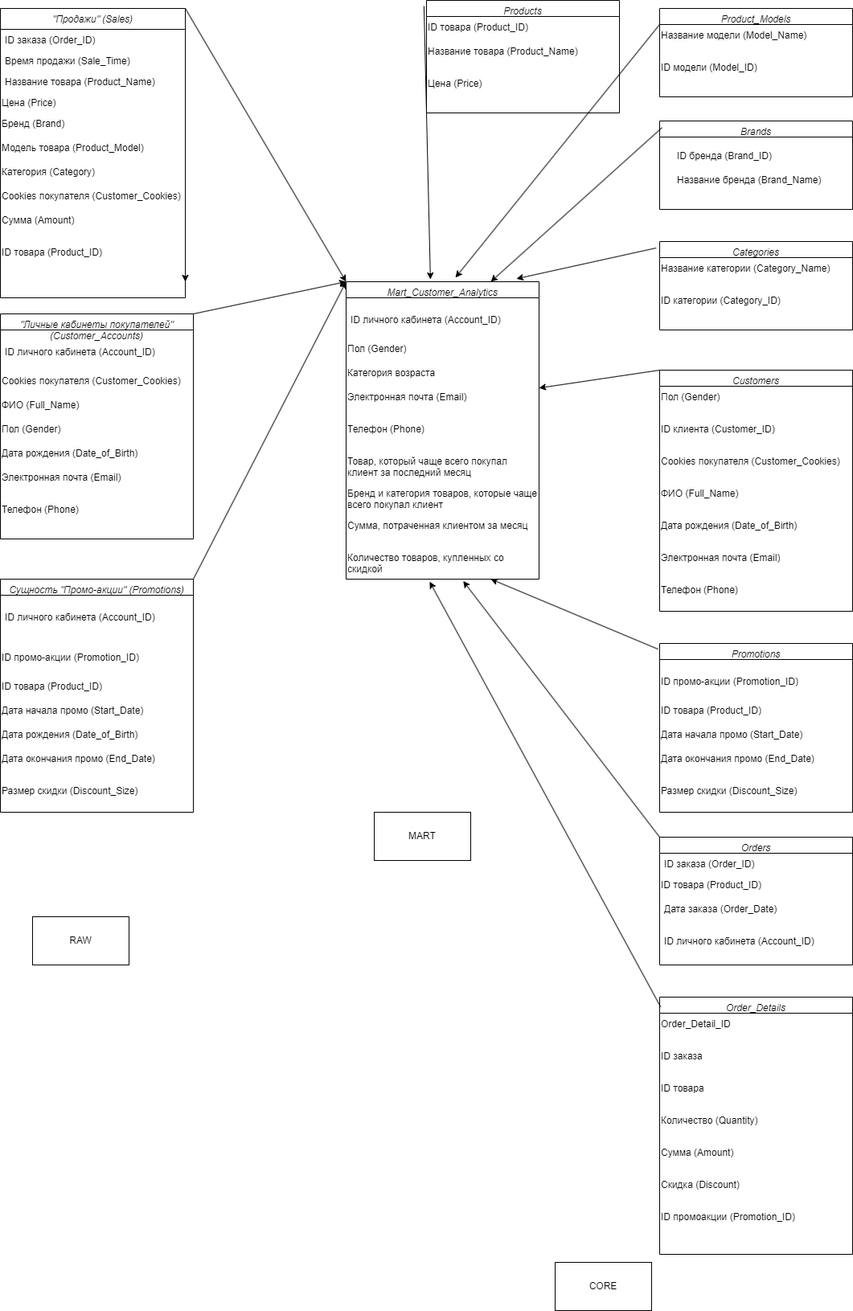
The draw.io diagram DWH продажи - маркетинг.png in gden01/1T_DE_2.6, before a commit. Source tidied: cells renumbered, new cells last; positions are measured from the earlier drawing's top-left corner, leaving out a move shared by most shapes.
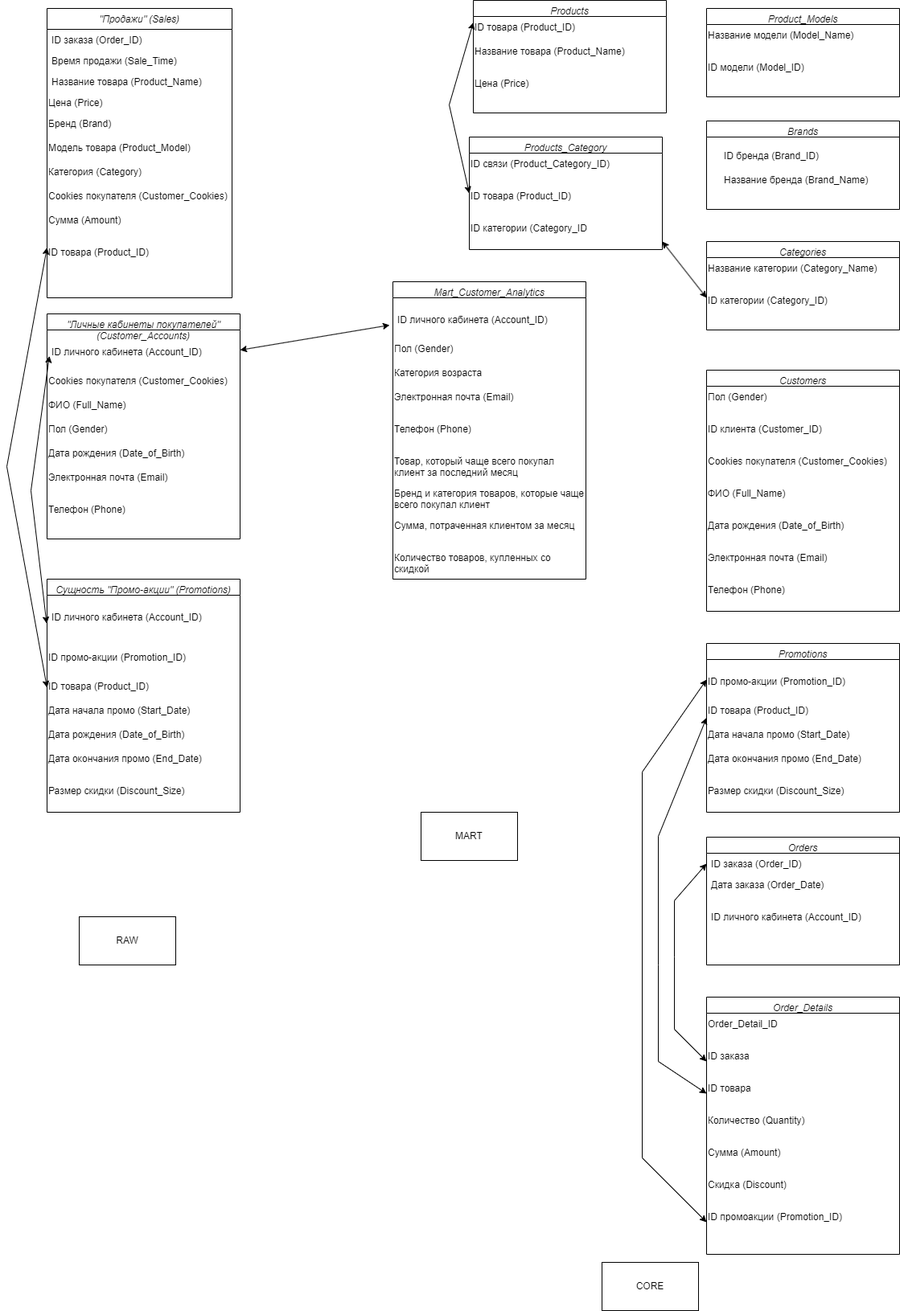
The same diagram one commit later.

Commit message:
изменения схемы по замечаниям

Change to the diagram source:
```diff
@@ -32,11 +32,6 @@
     <mxCell id="11" value="Сумма (Amount)" style="text;whiteSpace=wrap;html=1;" parent="2" vertex="1">
       <mxGeometry y="250" width="230" height="40" as="geometry" />
     </mxCell>
-    <mxCell id="12" style="edgeStyle=orthogonalEdgeStyle;rounded=0;jettySize=auto;html=1;exitX=1;exitY=1;exitDx=0;exitDy=0;" parent="2" edge="1" source="13">
-      <mxGeometry relative="1" as="geometry">
-        <mxPoint x="230" y="340" as="targetPoint" />
-      </mxGeometry>
-    </mxCell>
     <mxCell id="13" value="ID товара (Product_ID)" style="text;whiteSpace=wrap;html=1;" parent="2" vertex="1">
       <mxGeometry y="290" width="230" height="30" as="geometry" />
     </mxCell>
@@ -154,15 +149,6 @@
     <mxCell id="51" value="Размер скидки (Discount_Size)" style="text;whiteSpace=wrap;html=1;" parent="46" vertex="1">
       <mxGeometry y="170" width="240" height="40" as="geometry" />
     </mxCell>
-    <mxCell id="52" style="endArrow=classic;html=1;rounded=0;exitX=1;exitY=0;exitDx=0;exitDy=0;entryX=0;entryY=0;entryDx=0;entryDy=0;" parent="1" edge="1" source="2" target="33">
-      <mxGeometry relative="1" as="geometry" />
-    </mxCell>
-    <mxCell id="53" style="endArrow=classic;html=1;rounded=0;exitX=1;exitY=0;exitDx=0;exitDy=0;entryX=0;entryY=0;entryDx=0;entryDy=0;" parent="1" edge="1" source="14" target="33">
-      <mxGeometry relative="1" as="geometry" />
-    </mxCell>
-    <mxCell id="54" style="endArrow=classic;html=1;rounded=0;exitX=1;exitY=0;exitDx=0;exitDy=0;entryX=0;entryY=0;entryDx=0;entryDy=0;" parent="1" edge="1" source="22" target="33">
-      <mxGeometry relative="1" as="geometry" />
-    </mxCell>
     <mxCell id="55" value="Products" style="swimlane;fontStyle=2;align=center;verticalAlign=top;horizontal=1;startSize=20;rounded=0;shadow=0;strokeWidth=1;" parent="1" vertex="1">
       <mxGeometry x="530" width="240" height="140" as="geometry" />
     </mxCell>
@@ -181,14 +167,11 @@
     <mxCell id="60" value="ID заказа (Order_ID)" style="text;align=left;verticalAlign=top;spacingLeft=4;spacingRight=4;overflow=hidden;points=[[0,0.5],[1,0.5]];portConstraint=eastwest;rounded=0;shadow=0;html=0;" parent="59" vertex="1">
       <mxGeometry y="20" width="240" height="26" as="geometry" />
     </mxCell>
-    <mxCell id="61" value="ID товара (Product_ID)" style="text;whiteSpace=wrap;html=1;" parent="59" vertex="1">
-      <mxGeometry y="46" width="240" height="30" as="geometry" />
-    </mxCell>
     <mxCell id="62" value="Дата заказа (Order_Date)" style="text;align=left;verticalAlign=top;spacingLeft=4;spacingRight=4;overflow=hidden;rounded=0;shadow=0;html=0;" parent="59" vertex="1">
-      <mxGeometry y="76" width="240" height="26" as="geometry" />
+      <mxGeometry y="46" width="240" height="26" as="geometry" />
     </mxCell>
     <mxCell id="63" value="&#10;ID личного кабинета (Account_ID)" style="text;align=left;verticalAlign=top;spacingLeft=4;spacingRight=4;overflow=hidden;rounded=0;shadow=0;html=0;" parent="59" vertex="1">
-      <mxGeometry y="102" width="240" height="50" as="geometry" />
+      <mxGeometry y="72" width="240" height="50" as="geometry" />
     </mxCell>
     <mxCell id="64" value="Order_Details" style="swimlane;fontStyle=2;align=center;verticalAlign=top;horizontal=1;startSize=20;rounded=0;shadow=0;strokeWidth=1;" parent="1" vertex="1">
       <mxGeometry x="820" y="1240" width="240" height="320" as="geometry" />
@@ -256,29 +239,70 @@
     <mxCell id="85" value="Телефон (Phone)" style="text;whiteSpace=wrap;html=1;" parent="78" vertex="1">
       <mxGeometry y="260" width="240" height="40" as="geometry" />
     </mxCell>
-    <mxCell id="86" style="endArrow=classic;html=1;rounded=0;exitX=-0.013;exitY=0.051;exitDx=0;exitDy=0;exitPerimeter=0;entryX=0.437;entryY=-0.008;entryDx=0;entryDy=0;entryPerimeter=0;" parent="1" edge="1" source="55" target="33">
-      <mxGeometry relative="1" as="geometry" />
-    </mxCell>
-    <mxCell id="87" style="endArrow=classic;html=1;rounded=0;entryX=0.567;entryY=-0.014;entryDx=0;entryDy=0;entryPerimeter=0;exitX=0;exitY=0;exitDx=0;exitDy=0;" parent="1" edge="1" source="31" target="33">
-      <mxGeometry relative="1" as="geometry" />
-    </mxCell>
-    <mxCell id="88" style="endArrow=classic;html=1;rounded=0;entryX=0.75;entryY=0;entryDx=0;entryDy=0;exitX=0.012;exitY=0.076;exitDx=0;exitDy=0;exitPerimeter=0;" parent="1" edge="1" source="72" target="33">
-      <mxGeometry relative="1" as="geometry" />
-    </mxCell>
-    <mxCell id="89" style="endArrow=classic;html=1;rounded=0;entryX=0.883;entryY=-0.01;entryDx=0;entryDy=0;entryPerimeter=0;exitX=-0.018;exitY=0.073;exitDx=0;exitDy=0;exitPerimeter=0;" parent="1" edge="1" source="75" target="33">
-      <mxGeometry relative="1" as="geometry" />
-    </mxCell>
-    <mxCell id="90" style="endArrow=classic;html=1;rounded=0;exitX=0;exitY=0;exitDx=0;exitDy=0;" parent="1" edge="1" source="78" target="37">
-      <mxGeometry relative="1" as="geometry" />
-    </mxCell>
-    <mxCell id="91" style="endArrow=classic;html=1;rounded=0;entryX=0.75;entryY=1;entryDx=0;entryDy=0;exitX=-0.008;exitY=0.034;exitDx=0;exitDy=0;exitPerimeter=0;" parent="1" edge="1" source="46" target="42">
-      <mxGeometry relative="1" as="geometry" />
-    </mxCell>
-    <mxCell id="92" style="endArrow=classic;html=1;rounded=0;entryX=0.607;entryY=1.06;entryDx=0;entryDy=0;entryPerimeter=0;exitX=0;exitY=0;exitDx=0;exitDy=0;" parent="1" edge="1" source="59" target="42">
-      <mxGeometry relative="1" as="geometry" />
-    </mxCell>
-    <mxCell id="93" style="endArrow=classic;html=1;rounded=0;entryX=0.433;entryY=1.08;entryDx=0;entryDy=0;entryPerimeter=0;exitX=0.005;exitY=0.038;exitDx=0;exitDy=0;exitPerimeter=0;" parent="1" edge="1" source="64" target="42">
-      <mxGeometry relative="1" as="geometry" />
-    </mxCell>
+    <mxCell id="94" style="endArrow=classic;startArrow=classic;html=1;rounded=0;entryX=0;entryY=0.5;entryDx=0;entryDy=0;exitX=0;exitY=0.5;exitDx=0;exitDy=0;" parent="1" edge="1" source="66" target="60">
+      <mxGeometry relative="1" as="geometry">
+        <Array as="points">
+          <mxPoint x="780" y="1280" />
+          <mxPoint x="780" y="1190" />
+          <mxPoint x="780" y="1120" />
+        </Array>
+      </mxGeometry>
+    </mxCell>
+    <mxCell id="95" style="endArrow=classic;startArrow=classic;html=1;rounded=0;entryX=0;entryY=0.5;entryDx=0;entryDy=0;exitX=0;exitY=0.5;exitDx=0;exitDy=0;" parent="1" edge="1" source="71" target="47">
+      <mxGeometry relative="1" as="geometry">
+        <Array as="points">
+          <mxPoint x="740" y="1440" />
+          <mxPoint x="740" y="960" />
+        </Array>
+      </mxGeometry>
+    </mxCell>
+    <mxCell id="96" style="endArrow=classic;startArrow=classic;html=1;rounded=0;entryX=0;entryY=0.75;entryDx=0;entryDy=0;exitX=0;exitY=0.5;exitDx=0;exitDy=0;" parent="1" edge="1" source="67" target="48">
+      <mxGeometry relative="1" as="geometry">
+        <Array as="points">
+          <mxPoint x="760" y="1320" />
+          <mxPoint x="760" y="1200" />
+          <mxPoint x="760" y="1040" />
+        </Array>
+      </mxGeometry>
+    </mxCell>
+    <mxCell id="97" value="Products_Category" style="swimlane;fontStyle=2;align=center;verticalAlign=top;horizontal=1;startSize=20;rounded=0;shadow=0;strokeWidth=1;" parent="1" vertex="1">
+      <mxGeometry x="525" y="170" width="240" height="140" as="geometry" />
+    </mxCell>
+    <mxCell id="98" value="ID связи (Product_Category_ID)" style="text;whiteSpace=wrap;html=1;" parent="97" vertex="1">
+      <mxGeometry y="20" width="240" height="40" as="geometry" />
+    </mxCell>
+    <mxCell id="61" value="ID товара (Product_ID)" style="text;whiteSpace=wrap;html=1;" parent="97" vertex="1">
+      <mxGeometry y="60" width="240" height="40" as="geometry" />
+    </mxCell>
+    <mxCell id="99" value="ID категории (Category_ID" style="text;whiteSpace=wrap;html=1;" parent="97" vertex="1">
+      <mxGeometry y="100" width="240" height="40" as="geometry" />
+    </mxCell>
+    <mxCell id="100" style="endArrow=classic;startArrow=classic;html=1;rounded=0;entryX=0;entryY=0.25;entryDx=0;entryDy=0;exitX=1;exitY=0.75;exitDx=0;exitDy=0;" parent="1" edge="1" source="99" target="77">
+      <mxGeometry relative="1" as="geometry" />
+    </mxCell>
+    <mxCell id="101" style="endArrow=classic;startArrow=classic;html=1;rounded=0;entryX=0;entryY=0.25;entryDx=0;entryDy=0;exitX=0;exitY=0.25;exitDx=0;exitDy=0;" parent="1" edge="1" source="56" target="61">
+      <mxGeometry relative="1" as="geometry">
+        <Array as="points">
+          <mxPoint x="500" y="130" />
+        </Array>
+      </mxGeometry>
+    </mxCell>
+    <mxCell id="102" style="endArrow=classic;startArrow=classic;html=1;rounded=0;entryX=0.012;entryY=0.648;entryDx=0;entryDy=0;entryPerimeter=0;exitX=-0.002;exitY=0.704;exitDx=0;exitDy=0;exitPerimeter=0;" parent="1" edge="1" source="23" target="15">
+      <mxGeometry relative="1" as="geometry">
+        <Array as="points">
+          <mxPoint x="-20" y="610" />
+        </Array>
+      </mxGeometry>
+    </mxCell>
+    <mxCell id="103" style="endArrow=classic;startArrow=classic;html=1;rounded=0;entryX=0;entryY=0.25;entryDx=0;entryDy=0;exitX=0;exitY=0.5;exitDx=0;exitDy=0;" parent="1" edge="1" source="25" target="13">
+      <mxGeometry relative="1" as="geometry">
+        <Array as="points">
+          <mxPoint x="-50" y="580" />
+        </Array>
+      </mxGeometry>
+    </mxCell>
+    <mxCell id="104" style="endArrow=classic;startArrow=classic;html=1;rounded=0;exitX=1;exitY=0.5;exitDx=0;exitDy=0;entryX=-0.017;entryY=0.68;entryDx=0;entryDy=0;entryPerimeter=0;" parent="1" edge="1" source="15" target="34">
+      <mxGeometry relative="1" as="geometry" />
+    </mxCell>
   </root>
 </mxGraphModel>
```
